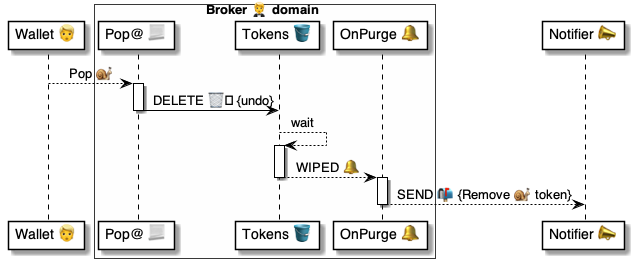
The PlantUML diagram 4 ⚙️ Solution/20 🧑‍🦰 UI/Brokers 🤵/🤵🪣 Broker tables/Tokens 🎫 table/🪣🔔 on Wiped/🤵 OnTokenPurged ⚙️ uml.png in pollyweb-org/pollyweb-docs, before a commit. Its source is kept beside it as 4 ⚙️ Solution/20 🧑‍🦰 UI/Brokers 🤵/🤵🪣 Broker tables/Tokens 🎫 table/🪣🔔 on Wiped/🤵 OnTokenPurged ⚙️ uml.puml. Source of this version:
```plantuml
@startuml OnTokenPurged

participant "Wallet 👱" as wallet

box Broker 🤵 domain #FFFFFA
    participant "Pop@ 📃" as remove
    participant "Tokens 🪣" as tokens
    participant "OnPurge 🔔" as purge
end box

participant "Notifier 📣" as notifier

wallet --> remove: Pop 🐌

activate remove
    remove -> tokens: DELETE 🗑️ {undo}
deactivate remove


    tokens --> tokens: wait
activate tokens
    tokens --> purge: WIPED 🔔
deactivate tokens

activate purge
    purge --> notifier: SEND 📬 {Remove 🐌 token}
deactivate purge

@enduml
```
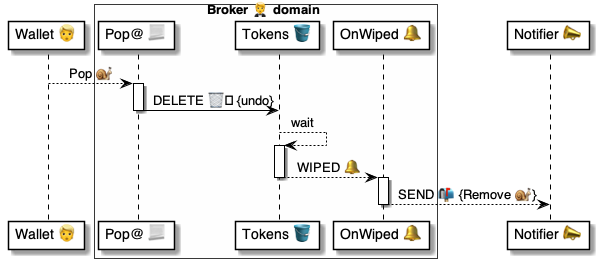
The same diagram one commit later.

Diff of the diagram source:
```diff
@@ -5,7 +5,7 @@
 box Broker 🤵 domain #FFFFFA
     participant "Pop@ 📃" as remove
     participant "Tokens 🪣" as tokens
-    participant "OnPurge 🔔" as purge
+    participant "OnWiped 🔔" as purge
 end box
 
 participant "Notifier 📣" as notifier
@@ -23,7 +23,7 @@
 deactivate tokens
 
 activate purge
-    purge --> notifier: SEND 📬 {Remove 🐌 token}
+    purge --> notifier: SEND 📬 {Remove 🐌}
 deactivate purge
 
 @enduml
```
